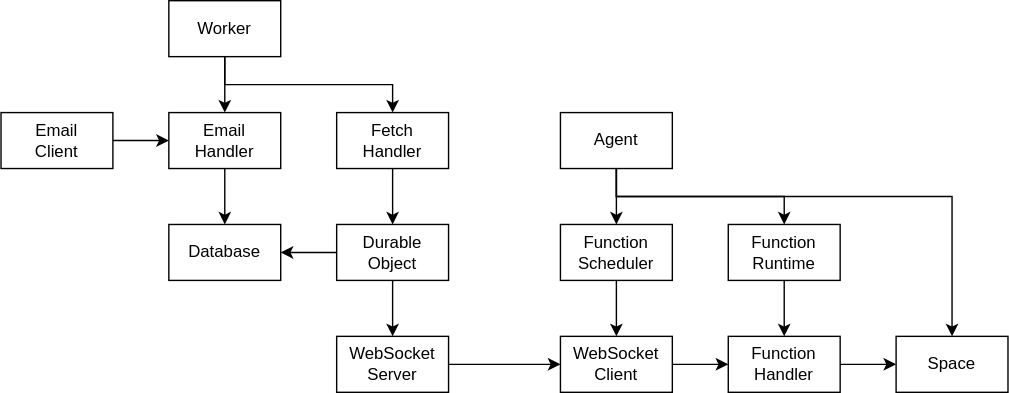
This is packages/core/functions/docs/pipeline.drawio.svg from dxos/dxos, a draw.io export, as it was before one commit. Source tidied: cells renumbered, new cells last; positions are measured from the earlier drawing's top-left corner, leaving out a move shared by most shapes. Source of this version:
```xml
<mxGraphModel>
  <root>
    <mxCell id="0" />
    <mxCell id="1" parent="0" />
    <mxCell id="2" style="edgeStyle=none;rounded=0;html=1;exitX=1;exitY=0.5;exitDx=0;exitDy=0;" parent="1" edge="1" source="3" target="26">
      <mxGeometry relative="1" as="geometry" />
    </mxCell>
    <mxCell id="3" value="Email&lt;br&gt;Client" style="rounded=0;whiteSpace=wrap;html=1;" parent="1" vertex="1">
      <mxGeometry y="80" width="80" height="40" as="geometry" />
    </mxCell>
    <mxCell id="4" style="edgeStyle=none;html=1;exitX=0.5;exitY=1;exitDx=0;exitDy=0;entryX=0.5;entryY=0;entryDx=0;entryDy=0;" parent="1" edge="1" source="5" target="8">
      <mxGeometry relative="1" as="geometry" />
    </mxCell>
    <mxCell id="5" value="Fetch&lt;br&gt;Handler" style="rounded=0;whiteSpace=wrap;html=1;" parent="1" vertex="1">
      <mxGeometry x="240" y="80" width="80" height="40" as="geometry" />
    </mxCell>
    <mxCell id="6" style="edgeStyle=none;html=1;entryX=0.5;entryY=0;entryDx=0;entryDy=0;" parent="1" edge="1" source="8" target="23">
      <mxGeometry relative="1" as="geometry" />
    </mxCell>
    <mxCell id="7" style="edgeStyle=none;rounded=0;html=1;exitX=0;exitY=0.5;exitDx=0;exitDy=0;entryX=1;entryY=0.5;entryDx=0;entryDy=0;" parent="1" edge="1" source="8" target="24">
      <mxGeometry relative="1" as="geometry" />
    </mxCell>
    <mxCell id="8" value="Durable&lt;br&gt;Object" style="rounded=0;whiteSpace=wrap;html=1;" parent="1" vertex="1">
      <mxGeometry x="240" y="160" width="80" height="40" as="geometry" />
    </mxCell>
    <mxCell id="9" style="edgeStyle=none;html=1;exitX=1;exitY=0.5;exitDx=0;exitDy=0;" parent="1" edge="1" source="10" target="14">
      <mxGeometry relative="1" as="geometry" />
    </mxCell>
    <mxCell id="10" value="WebSocket&lt;br&gt;Client" style="rounded=0;whiteSpace=wrap;html=1;" parent="1" vertex="1">
      <mxGeometry x="400" y="240" width="80" height="40" as="geometry" />
    </mxCell>
    <mxCell id="11" style="edgeStyle=none;html=1;exitX=0.5;exitY=1;exitDx=0;exitDy=0;" parent="1" edge="1" source="12" target="10">
      <mxGeometry relative="1" as="geometry" />
    </mxCell>
    <mxCell id="12" value="Function&lt;br&gt;Scheduler" style="rounded=0;whiteSpace=wrap;html=1;" parent="1" vertex="1">
      <mxGeometry x="400" y="160" width="80" height="40" as="geometry" />
    </mxCell>
    <mxCell id="13" style="edgeStyle=none;rounded=0;html=1;exitX=1;exitY=0.5;exitDx=0;exitDy=0;" parent="1" edge="1" source="14" target="21">
      <mxGeometry relative="1" as="geometry" />
    </mxCell>
    <mxCell id="14" value="Function&lt;br&gt;Handler" style="rounded=0;whiteSpace=wrap;html=1;" parent="1" vertex="1">
      <mxGeometry x="520" y="240" width="80" height="40" as="geometry" />
    </mxCell>
    <mxCell id="15" style="edgeStyle=none;html=1;exitX=0.5;exitY=1;exitDx=0;exitDy=0;" parent="1" edge="1" source="16" target="14">
      <mxGeometry relative="1" as="geometry" />
    </mxCell>
    <mxCell id="16" value="Function&lt;br&gt;Runtime" style="rounded=0;whiteSpace=wrap;html=1;" parent="1" vertex="1">
      <mxGeometry x="520" y="160" width="80" height="40" as="geometry" />
    </mxCell>
    <mxCell id="17" style="edgeStyle=none;html=1;exitX=0.5;exitY=1;exitDx=0;exitDy=0;" parent="1" edge="1" source="20" target="12">
      <mxGeometry relative="1" as="geometry" />
    </mxCell>
    <mxCell id="18" style="edgeStyle=none;html=1;exitX=0.5;exitY=1;exitDx=0;exitDy=0;entryX=0.5;entryY=0;entryDx=0;entryDy=0;rounded=0;" parent="1" edge="1" source="20" target="16">
      <mxGeometry relative="1" as="geometry">
        <Array as="points">
          <mxPoint x="440" y="130" />
          <mxPoint x="440" y="140" />
          <mxPoint x="560" y="140" />
        </Array>
      </mxGeometry>
    </mxCell>
    <mxCell id="19" style="edgeStyle=none;rounded=0;html=1;exitX=0.5;exitY=1;exitDx=0;exitDy=0;entryX=0.5;entryY=0;entryDx=0;entryDy=0;" parent="1" edge="1" source="20" target="21">
      <mxGeometry relative="1" as="geometry">
        <Array as="points">
          <mxPoint x="440" y="140" />
          <mxPoint x="680" y="140" />
        </Array>
      </mxGeometry>
    </mxCell>
    <mxCell id="20" value="Agent" style="rounded=0;whiteSpace=wrap;html=1;" parent="1" vertex="1">
      <mxGeometry x="400" y="80" width="80" height="40" as="geometry" />
    </mxCell>
    <mxCell id="21" value="Space" style="rounded=0;whiteSpace=wrap;html=1;" parent="1" vertex="1">
      <mxGeometry x="640" y="240" width="80" height="40" as="geometry" />
    </mxCell>
    <mxCell id="22" style="edgeStyle=none;rounded=0;html=1;exitX=1;exitY=0.5;exitDx=0;exitDy=0;entryX=0;entryY=0.5;entryDx=0;entryDy=0;" parent="1" edge="1" source="23" target="10">
      <mxGeometry relative="1" as="geometry" />
    </mxCell>
    <mxCell id="23" value="WebSocket&lt;br&gt;Server" style="rounded=0;whiteSpace=wrap;html=1;" parent="1" vertex="1">
      <mxGeometry x="240" y="240" width="80" height="40" as="geometry" />
    </mxCell>
    <mxCell id="24" value="Database" style="rounded=0;whiteSpace=wrap;html=1;" parent="1" vertex="1">
      <mxGeometry x="120" y="160" width="80" height="40" as="geometry" />
    </mxCell>
    <mxCell id="25" style="edgeStyle=none;rounded=0;html=1;exitX=0.5;exitY=1;exitDx=0;exitDy=0;" parent="1" edge="1" source="26" target="24">
      <mxGeometry relative="1" as="geometry" />
    </mxCell>
    <mxCell id="26" value="Email&lt;br&gt;Handler" style="rounded=0;whiteSpace=wrap;html=1;" parent="1" vertex="1">
      <mxGeometry x="120" y="80" width="80" height="40" as="geometry" />
    </mxCell>
    <mxCell id="27" style="edgeStyle=none;rounded=0;html=1;exitX=0.5;exitY=1;exitDx=0;exitDy=0;entryX=0.5;entryY=0;entryDx=0;entryDy=0;" parent="1" edge="1" source="29" target="26">
      <mxGeometry relative="1" as="geometry" />
    </mxCell>
    <mxCell id="28" style="edgeStyle=none;rounded=0;html=1;exitX=0.5;exitY=1;exitDx=0;exitDy=0;entryX=0.5;entryY=0;entryDx=0;entryDy=0;" parent="1" edge="1" source="29" target="5">
      <mxGeometry relative="1" as="geometry">
        <Array as="points">
          <mxPoint x="160" y="60" />
          <mxPoint x="280" y="60" />
        </Array>
      </mxGeometry>
    </mxCell>
    <mxCell id="29" value="Worker" style="rounded=0;whiteSpace=wrap;html=1;" parent="1" vertex="1">
      <mxGeometry x="120" width="80" height="40" as="geometry" />
    </mxCell>
  </root>
</mxGraphModel>
```
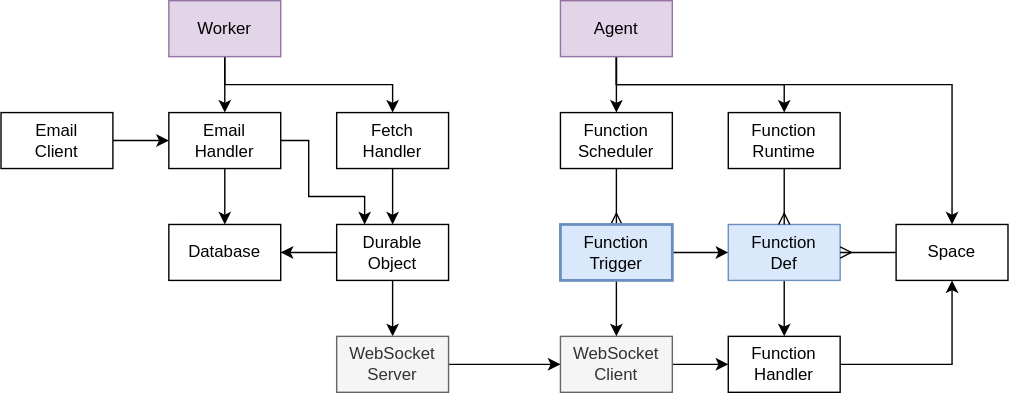
After the commit.

What changed in the source:
```diff
@@ -26,57 +26,66 @@
     <mxCell id="9" style="edgeStyle=none;html=1;exitX=1;exitY=0.5;exitDx=0;exitDy=0;" parent="1" edge="1" source="10" target="14">
       <mxGeometry relative="1" as="geometry" />
     </mxCell>
-    <mxCell id="10" value="WebSocket&lt;br&gt;Client" style="rounded=0;whiteSpace=wrap;html=1;" parent="1" vertex="1">
+    <mxCell id="10" value="WebSocket&lt;br&gt;Client" style="rounded=0;whiteSpace=wrap;html=1;fillColor=#f5f5f5;fontColor=#333333;strokeColor=#666666;" parent="1" vertex="1">
       <mxGeometry x="400" y="240" width="80" height="40" as="geometry" />
     </mxCell>
-    <mxCell id="11" style="edgeStyle=none;html=1;exitX=0.5;exitY=1;exitDx=0;exitDy=0;" parent="1" edge="1" source="12" target="10">
+    <mxCell id="11" style="edgeStyle=none;html=1;" parent="1" edge="1" source="35" target="10">
       <mxGeometry relative="1" as="geometry" />
     </mxCell>
+    <mxCell id="30" style="edgeStyle=none;html=1;exitX=0.5;exitY=1;exitDx=0;exitDy=0;endArrow=ERmany;endFill=0;" parent="1" edge="1" source="12" target="35">
+      <mxGeometry relative="1" as="geometry" />
+    </mxCell>
     <mxCell id="12" value="Function&lt;br&gt;Scheduler" style="rounded=0;whiteSpace=wrap;html=1;" parent="1" vertex="1">
-      <mxGeometry x="400" y="160" width="80" height="40" as="geometry" />
+      <mxGeometry x="400" y="80" width="80" height="40" as="geometry" />
     </mxCell>
     <mxCell id="13" style="edgeStyle=none;rounded=0;html=1;exitX=1;exitY=0.5;exitDx=0;exitDy=0;" parent="1" edge="1" source="14" target="21">
-      <mxGeometry relative="1" as="geometry" />
+      <mxGeometry relative="1" as="geometry">
+        <Array as="points">
+          <mxPoint x="680" y="260" />
+        </Array>
+      </mxGeometry>
     </mxCell>
     <mxCell id="14" value="Function&lt;br&gt;Handler" style="rounded=0;whiteSpace=wrap;html=1;" parent="1" vertex="1">
       <mxGeometry x="520" y="240" width="80" height="40" as="geometry" />
     </mxCell>
-    <mxCell id="15" style="edgeStyle=none;html=1;exitX=0.5;exitY=1;exitDx=0;exitDy=0;" parent="1" edge="1" source="16" target="14">
+    <mxCell id="15" style="edgeStyle=none;html=1;exitX=0.5;exitY=1;exitDx=0;exitDy=0;endArrow=classic;endFill=1;" parent="1" edge="1" source="16" target="14">
       <mxGeometry relative="1" as="geometry" />
     </mxCell>
-    <mxCell id="16" value="Function&lt;br&gt;Runtime" style="rounded=0;whiteSpace=wrap;html=1;" parent="1" vertex="1">
+    <mxCell id="16" value="Function&lt;br&gt;Def" style="rounded=0;whiteSpace=wrap;html=1;fillColor=#dae8fc;strokeColor=#6c8ebf;" parent="1" vertex="1">
       <mxGeometry x="520" y="160" width="80" height="40" as="geometry" />
     </mxCell>
+    <mxCell id="19" style="edgeStyle=none;rounded=0;html=1;exitX=0.5;exitY=1;exitDx=0;exitDy=0;entryX=0.5;entryY=0;entryDx=0;entryDy=0;" parent="1" edge="1" source="20" target="21">
+      <mxGeometry relative="1" as="geometry">
+        <Array as="points">
+          <mxPoint x="440" y="60" />
+          <mxPoint x="680" y="60" />
+        </Array>
+      </mxGeometry>
+    </mxCell>
+    <mxCell id="31" style="edgeStyle=none;html=1;exitX=0.5;exitY=1;exitDx=0;exitDy=0;entryX=0.5;entryY=0;entryDx=0;entryDy=0;endArrow=classic;endFill=1;rounded=0;" parent="1" edge="1" source="20" target="37">
+      <mxGeometry relative="1" as="geometry">
+        <Array as="points">
+          <mxPoint x="440" y="60" />
+          <mxPoint x="560" y="60" />
+        </Array>
+      </mxGeometry>
+    </mxCell>
-    <mxCell id="17" style="edgeStyle=none;html=1;exitX=0.5;exitY=1;exitDx=0;exitDy=0;" parent="1" edge="1" source="20" target="12">
+    <mxCell id="17" style="edgeStyle=none;html=1;exitX=0.5;exitY=1;exitDx=0;exitDy=0;endArrow=classic;endFill=1;" parent="1" edge="1" source="20" target="12">
       <mxGeometry relative="1" as="geometry" />
     </mxCell>
-    <mxCell id="18" style="edgeStyle=none;html=1;exitX=0.5;exitY=1;exitDx=0;exitDy=0;entryX=0.5;entryY=0;entryDx=0;entryDy=0;rounded=0;" parent="1" edge="1" source="20" target="16">
-      <mxGeometry relative="1" as="geometry">
-        <Array as="points">
-          <mxPoint x="440" y="130" />
-          <mxPoint x="440" y="140" />
-          <mxPoint x="560" y="140" />
-        </Array>
-      </mxGeometry>
-    </mxCell>
-    <mxCell id="19" style="edgeStyle=none;rounded=0;html=1;exitX=0.5;exitY=1;exitDx=0;exitDy=0;entryX=0.5;entryY=0;entryDx=0;entryDy=0;" parent="1" edge="1" source="20" target="21">
-      <mxGeometry relative="1" as="geometry">
-        <Array as="points">
-          <mxPoint x="440" y="140" />
-          <mxPoint x="680" y="140" />
-        </Array>
-      </mxGeometry>
-    </mxCell>
-    <mxCell id="20" value="Agent" style="rounded=0;whiteSpace=wrap;html=1;" parent="1" vertex="1">
-      <mxGeometry x="400" y="80" width="80" height="40" as="geometry" />
+    <mxCell id="20" value="Agent" style="rounded=0;whiteSpace=wrap;html=1;fillColor=#e1d5e7;strokeColor=#9673a6;" parent="1" vertex="1">
+      <mxGeometry x="400" width="80" height="40" as="geometry" />
     </mxCell>
+    <mxCell id="32" style="edgeStyle=none;rounded=0;html=1;exitX=0;exitY=0.5;exitDx=0;exitDy=0;endArrow=ERmany;endFill=0;" parent="1" edge="1" source="21" target="16">
+      <mxGeometry relative="1" as="geometry" />
+    </mxCell>
     <mxCell id="21" value="Space" style="rounded=0;whiteSpace=wrap;html=1;" parent="1" vertex="1">
-      <mxGeometry x="640" y="240" width="80" height="40" as="geometry" />
+      <mxGeometry x="640" y="160" width="80" height="40" as="geometry" />
     </mxCell>
     <mxCell id="22" style="edgeStyle=none;rounded=0;html=1;exitX=1;exitY=0.5;exitDx=0;exitDy=0;entryX=0;entryY=0.5;entryDx=0;entryDy=0;" parent="1" edge="1" source="23" target="10">
       <mxGeometry relative="1" as="geometry" />
     </mxCell>
-    <mxCell id="23" value="WebSocket&lt;br&gt;Server" style="rounded=0;whiteSpace=wrap;html=1;" parent="1" vertex="1">
+    <mxCell id="23" value="WebSocket&lt;br&gt;Server" style="rounded=0;whiteSpace=wrap;html=1;fillColor=#f5f5f5;fontColor=#333333;strokeColor=#666666;" parent="1" vertex="1">
       <mxGeometry x="240" y="240" width="80" height="40" as="geometry" />
     </mxCell>
     <mxCell id="24" value="Database" style="rounded=0;whiteSpace=wrap;html=1;" parent="1" vertex="1">
@@ -85,6 +94,15 @@
     <mxCell id="25" style="edgeStyle=none;rounded=0;html=1;exitX=0.5;exitY=1;exitDx=0;exitDy=0;" parent="1" edge="1" source="26" target="24">
       <mxGeometry relative="1" as="geometry" />
     </mxCell>
+    <mxCell id="33" style="edgeStyle=none;html=1;exitX=1;exitY=0.5;exitDx=0;exitDy=0;entryX=0.25;entryY=0;entryDx=0;entryDy=0;rounded=0;" parent="1" edge="1" source="26" target="8">
+      <mxGeometry relative="1" as="geometry">
+        <Array as="points">
+          <mxPoint x="220" y="100" />
+          <mxPoint x="220" y="140" />
+          <mxPoint x="260" y="140" />
+        </Array>
+      </mxGeometry>
+    </mxCell>
     <mxCell id="26" value="Email&lt;br&gt;Handler" style="rounded=0;whiteSpace=wrap;html=1;" parent="1" vertex="1">
       <mxGeometry x="120" y="80" width="80" height="40" as="geometry" />
     </mxCell>
@@ -99,8 +117,20 @@
         </Array>
       </mxGeometry>
     </mxCell>
-    <mxCell id="29" value="Worker" style="rounded=0;whiteSpace=wrap;html=1;" parent="1" vertex="1">
+    <mxCell id="29" value="Worker" style="rounded=0;whiteSpace=wrap;html=1;fillColor=#e1d5e7;strokeColor=#9673a6;" parent="1" vertex="1">
       <mxGeometry x="120" width="80" height="40" as="geometry" />
     </mxCell>
+    <mxCell id="34" style="edgeStyle=none;html=1;exitX=1;exitY=0.5;exitDx=0;exitDy=0;endArrow=classic;endFill=1;" parent="1" edge="1" source="35" target="16">
+      <mxGeometry relative="1" as="geometry" />
+    </mxCell>
+    <mxCell id="35" value="Function&lt;br&gt;Trigger" style="rounded=0;whiteSpace=wrap;html=1;fillColor=#dae8fc;strokeColor=#6c8ebf;strokeWidth=2;" parent="1" vertex="1">
+      <mxGeometry x="400" y="160" width="80" height="40" as="geometry" />
+    </mxCell>
+    <mxCell id="36" style="edgeStyle=none;html=1;exitX=0.5;exitY=1;exitDx=0;exitDy=0;endArrow=ERmany;endFill=0;" parent="1" edge="1" source="37" target="16">
+      <mxGeometry relative="1" as="geometry" />
+    </mxCell>
+    <mxCell id="37" value="Function&lt;br&gt;Runtime" style="rounded=0;whiteSpace=wrap;html=1;" parent="1" vertex="1">
+      <mxGeometry x="520" y="80" width="80" height="40" as="geometry" />
+    </mxCell>
   </root>
 </mxGraphModel>
```
